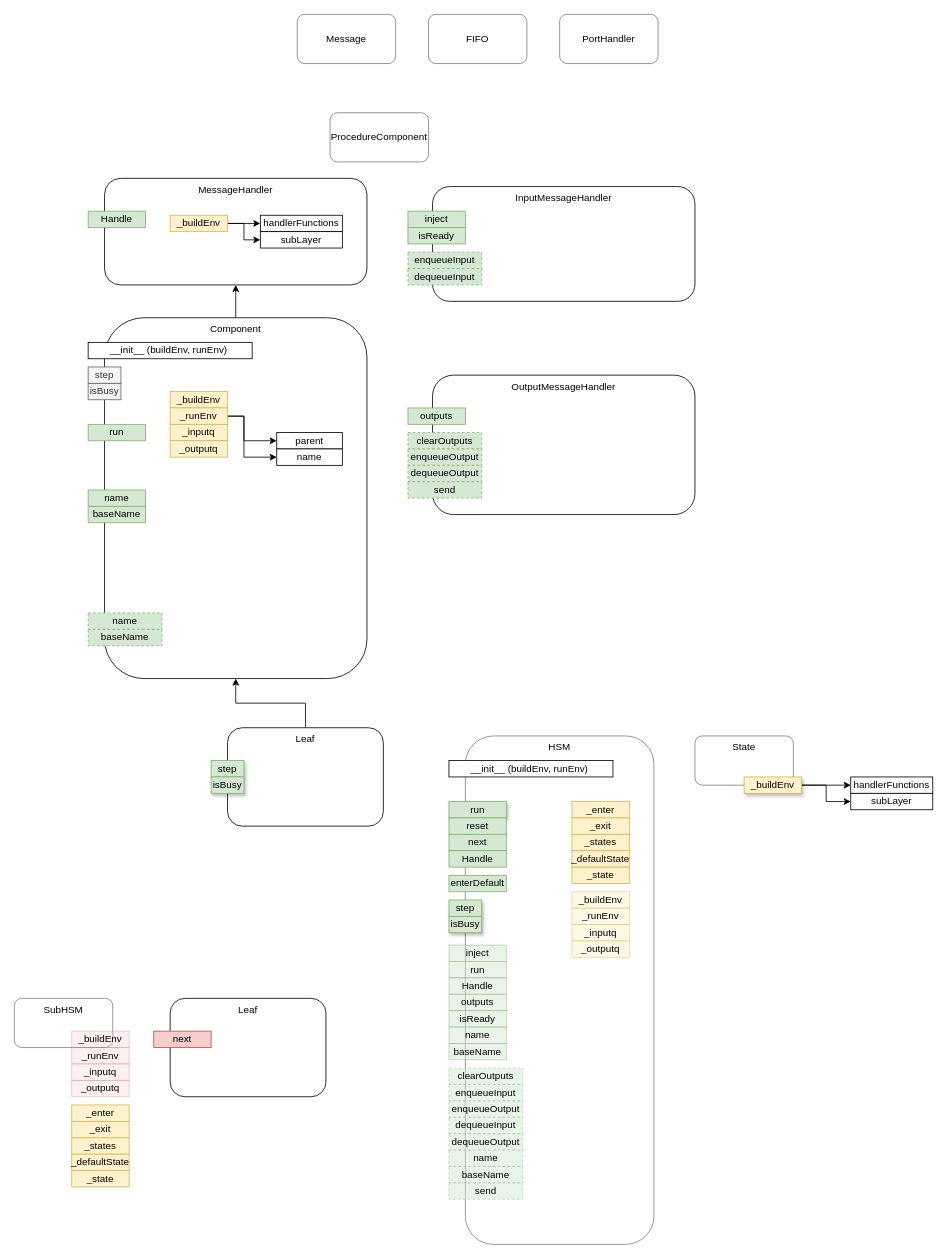
This is asc.drawio from guitarvydas/asc3, a draw.io file, before an edit. Source tidied: cells renumbered, new cells numbered last; positions are measured from the earlier drawing's top-left corner, leaving out a move shared by most shapes. Both pictures are drawn from the tidied source at 82%, with x=0, y=0 at pixel (14, 14).
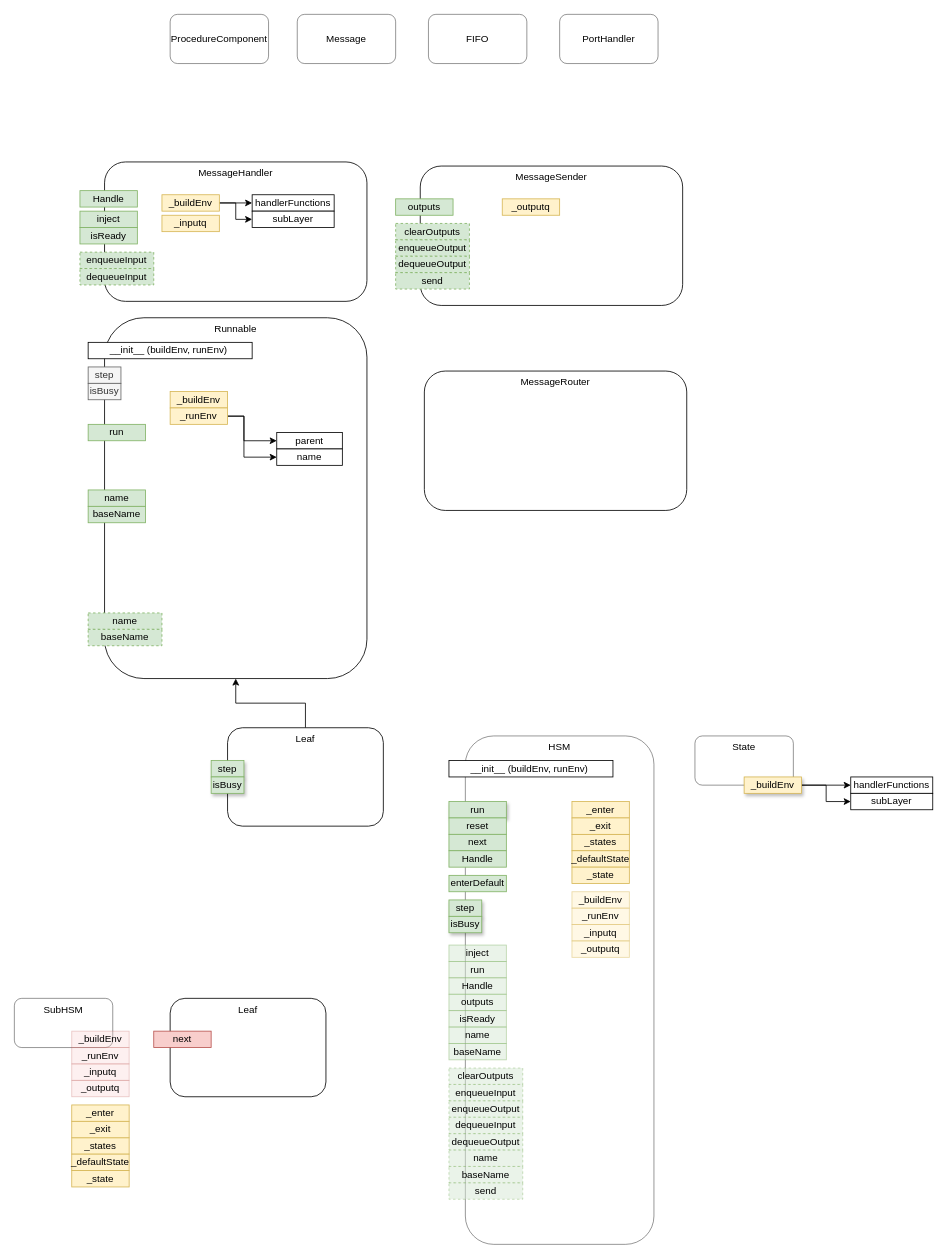
The same page after the edit.

What changed in the source:
```diff
@@
-    <mxCell id="2" value="OutputMessageHandler" style="rounded=1;whiteSpace=wrap;html=1;verticalAlign=top;" parent="1" vertex="1">
-      <mxGeometry x="510" y="440" width="320" height="170" as="geometry" />
+    <mxCell id="2" value="MessageSender" style="rounded=1;whiteSpace=wrap;html=1;verticalAlign=top;" parent="1" vertex="1">
+      <mxGeometry x="495" y="185" width="320" height="170" as="geometry" />
     </mxCell>
-    <mxCell id="3" value="InputMessageHandler" style="rounded=1;whiteSpace=wrap;html=1;verticalAlign=top;" parent="1" vertex="1">
-      <mxGeometry x="510" y="210" width="320" height="140" as="geometry" />
+    <mxCell id="3" value="MessageHandler" style="rounded=1;whiteSpace=wrap;html=1;verticalAlign=top;" parent="1" vertex="1">
+      <mxGeometry x="110" y="180" width="320" height="170" as="geometry" />
     </mxCell>
-    <mxCell id="4" value="MessageHandler" style="rounded=1;whiteSpace=wrap;html=1;verticalAlign=top;" parent="1" vertex="1">
-      <mxGeometry x="110" y="200" width="320" height="130" as="geometry" />
-    </mxCell>
-    <mxCell id="5" style="edgeStyle=orthogonalEdgeStyle;rounded=0;jettySize=auto;html=1;exitX=0.5;exitY=0;exitDx=0;exitDy=0;" parent="1" edge="1" source="6" target="4">
-      <mxGeometry relative="1" as="geometry" />
-    </mxCell>
-    <mxCell id="6" value="Component" style="rounded=1;whiteSpace=wrap;html=1;verticalAlign=top;" parent="1" vertex="1">
+    <mxCell id="6" value="Runnable" style="rounded=1;whiteSpace=wrap;html=1;verticalAlign=top;" parent="1" vertex="1">
       <mxGeometry x="110" y="370" width="320" height="440" as="geometry" />
     </mxCell>
@@
     <mxCell id="9" value="inject" style="rounded=0;whiteSpace=wrap;html=1;verticalAlign=middle;align=center;fillColor=#d5e8d4;strokeColor=#82b366;" parent="1" vertex="1">
-      <mxGeometry x="480" y="240" width="70" height="20" as="geometry" />
+      <mxGeometry x="80" y="240" width="70" height="20" as="geometry" />
     </mxCell>
@@
     <mxCell id="11" value="Handle" style="rounded=0;whiteSpace=wrap;html=1;verticalAlign=middle;align=center;fillColor=#d5e8d4;strokeColor=#82b366;" parent="1" vertex="1">
-      <mxGeometry x="90" y="240" width="70" height="20" as="geometry" />
+      <mxGeometry x="80" y="215" width="70" height="20" as="geometry" />
     </mxCell>
     <mxCell id="12" value="outputs" style="rounded=0;whiteSpace=wrap;html=1;verticalAlign=middle;align=center;fillColor=#d5e8d4;strokeColor=#82b366;" parent="1" vertex="1">
-      <mxGeometry x="480" y="480" width="70" height="20" as="geometry" />
+      <mxGeometry x="465" y="225" width="70" height="20" as="geometry" />
     </mxCell>
     <mxCell id="13" value="isReady" style="rounded=0;whiteSpace=wrap;html=1;verticalAlign=middle;align=center;fillColor=#d5e8d4;strokeColor=#82b366;" parent="1" vertex="1">
-      <mxGeometry x="480" y="260" width="70" height="20" as="geometry" />
+      <mxGeometry x="80" y="260" width="70" height="20" as="geometry" />
     </mxCell>
@@
     <mxCell id="16" value="clearOutputs" style="rounded=0;whiteSpace=wrap;html=1;verticalAlign=middle;align=center;fillColor=#d5e8d4;strokeColor=#82b366;dashed=1;" parent="1" vertex="1">
-      <mxGeometry x="480" y="510" width="90" height="20" as="geometry" />
+      <mxGeometry x="465" y="255" width="90" height="20" as="geometry" />
     </mxCell>
     <mxCell id="17" value="enqueueInput" style="rounded=0;whiteSpace=wrap;html=1;verticalAlign=middle;align=center;fillColor=#d5e8d4;strokeColor=#82b366;dashed=1;" parent="1" vertex="1">
-      <mxGeometry x="480" y="290" width="90" height="20" as="geometry" />
+      <mxGeometry x="80" y="290" width="90" height="20" as="geometry" />
     </mxCell>
     <mxCell id="18" value="enqueueOutput" style="rounded=0;whiteSpace=wrap;html=1;verticalAlign=middle;align=center;fillColor=#d5e8d4;strokeColor=#82b366;dashed=1;" parent="1" vertex="1">
-      <mxGeometry x="480" y="530" width="90" height="20" as="geometry" />
+      <mxGeometry x="465" y="275" width="90" height="20" as="geometry" />
     </mxCell>
     <mxCell id="19" value="dequeueInput" style="rounded=0;whiteSpace=wrap;html=1;verticalAlign=middle;align=center;fillColor=#d5e8d4;strokeColor=#82b366;dashed=1;" parent="1" vertex="1">
-      <mxGeometry x="480" y="310" width="90" height="20" as="geometry" />
+      <mxGeometry x="80" y="310" width="90" height="20" as="geometry" />
     </mxCell>
     <mxCell id="20" value="dequeueOutput" style="rounded=0;whiteSpace=wrap;html=1;verticalAlign=middle;align=center;fillColor=#d5e8d4;strokeColor=#82b366;dashed=1;" parent="1" vertex="1">
-      <mxGeometry x="480" y="550" width="90" height="20" as="geometry" />
+      <mxGeometry x="465" y="295" width="90" height="20" as="geometry" />
     </mxCell>
@@
     <mxCell id="23" value="send" style="rounded=0;whiteSpace=wrap;html=1;verticalAlign=middle;align=center;fillColor=#d5e8d4;strokeColor=#82b366;dashed=1;" parent="1" vertex="1">
-      <mxGeometry x="480" y="570" width="90" height="20" as="geometry" />
+      <mxGeometry x="465" y="315" width="90" height="20" as="geometry" />
     </mxCell>
@@
     <mxCell id="28" value="_inputq" style="rounded=0;whiteSpace=wrap;html=1;verticalAlign=middle;align=center;fillColor=#fff2cc;strokeColor=#d6b656;" parent="1" vertex="1">
-      <mxGeometry x="190" y="500" width="70" height="20" as="geometry" />
+      <mxGeometry x="180" y="245" width="70" height="20" as="geometry" />
     </mxCell>
     <mxCell id="29" value="_outputq" style="rounded=0;whiteSpace=wrap;html=1;verticalAlign=middle;align=center;fillColor=#fff2cc;strokeColor=#d6b656;" parent="1" vertex="1">
-      <mxGeometry x="190" y="520" width="70" height="20" as="geometry" />
+      <mxGeometry x="595" y="225" width="70" height="20" as="geometry" />
     </mxCell>
@@
     <mxCell id="37" value="ProcedureComponent" style="rounded=1;whiteSpace=wrap;html=1;opacity=50;align=center;" parent="1" vertex="1">
-      <mxGeometry x="385" y="120" width="120" height="60" as="geometry" />
+      <mxGeometry x="190" width="120" height="60" as="geometry" />
     </mxCell>
@@
     <mxCell id="92" value="_buildEnv" style="rounded=0;whiteSpace=wrap;html=1;verticalAlign=middle;align=center;fillColor=#fff2cc;strokeColor=#d6b656;" parent="1" vertex="1">
-      <mxGeometry x="190" y="245" width="70" height="20" as="geometry" />
+      <mxGeometry x="180" y="220" width="70" height="20" as="geometry" />
     </mxCell>
     <mxCell id="93" value="handlerFunctions" style="rounded=0;whiteSpace=wrap;html=1;verticalAlign=middle;align=center;" parent="1" vertex="1">
-      <mxGeometry x="300" y="245" width="100" height="20" as="geometry" />
+      <mxGeometry x="290" y="220" width="100" height="20" as="geometry" />
     </mxCell>
     <mxCell id="94" value="subLayer" style="rounded=0;whiteSpace=wrap;html=1;verticalAlign=middle;align=center;" parent="1" vertex="1">
-      <mxGeometry x="300" y="265" width="100" height="20" as="geometry" />
+      <mxGeometry x="290" y="240" width="100" height="20" as="geometry" />
     </mxCell>
@@
+    <mxCell id="97" value="MessageRouter" style="rounded=1;whiteSpace=wrap;html=1;verticalAlign=top;" parent="1" vertex="1">
+      <mxGeometry x="500" y="435" width="320" height="170" as="geometry" />
+    </mxCell>
```
